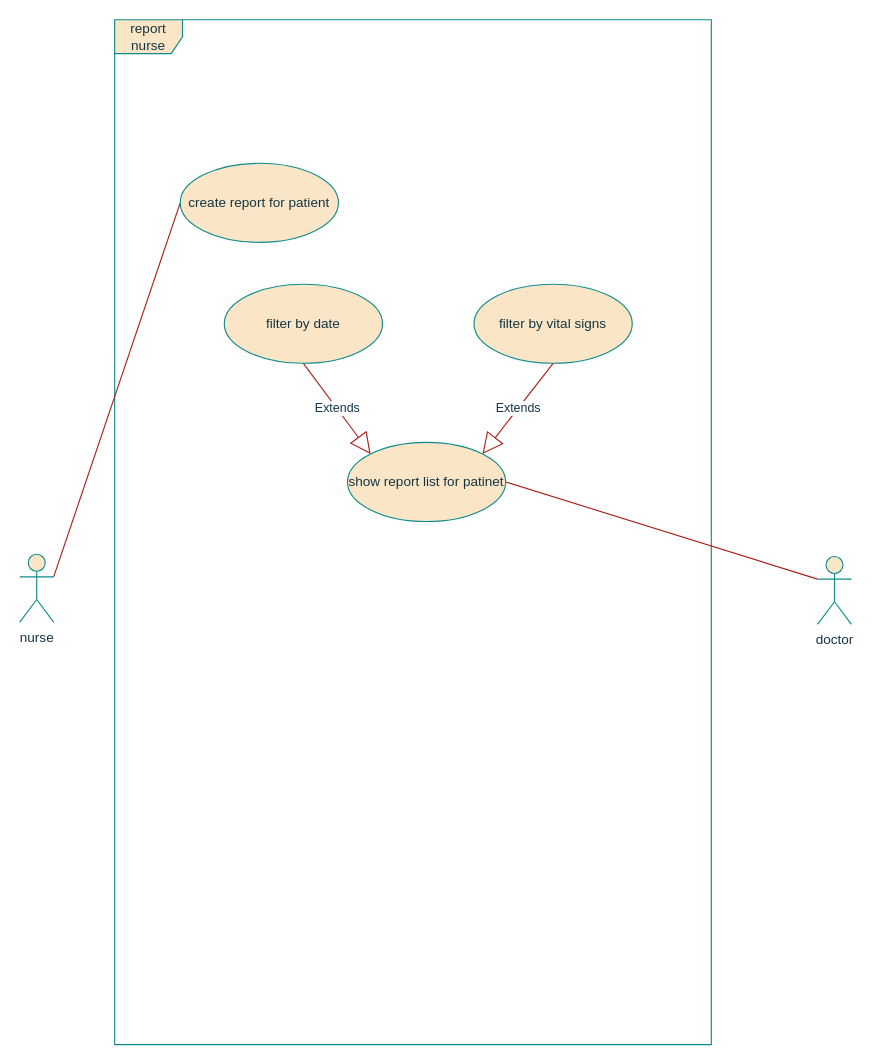
This is USECASE/report_nurse.drawio from SalehAskari/telemedicine, a draw.io file, before an edit. Source tidied: cells renumbered, new cells numbered last; positions are measured from the earlier drawing's top-left corner, leaving out a move shared by most shapes. Both pictures are drawn from the tidied source at 113%, with x=0, y=0 at pixel (19, 19).
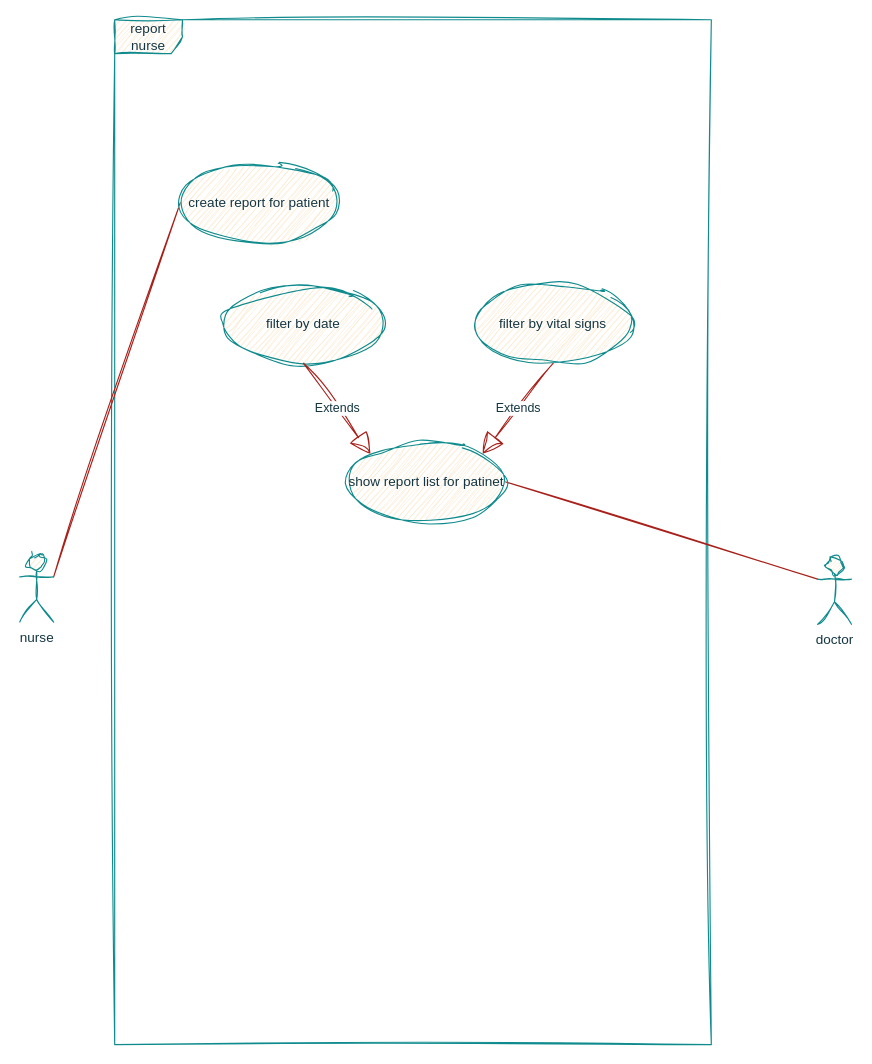
The same diagram, later.

Change to the diagram source:
```diff
@@
 <mxGraphModel>
   <root>
     <mxCell id="0" />
     <mxCell id="1" parent="0" />
-    <mxCell id="2" value="report nurse" style="shape=umlFrame;whiteSpace=wrap;html=1;strokeColor=#0F8B8D;fontColor=#143642;fillColor=#FAE5C7;" parent="1" vertex="1">
+    <mxCell id="2" value="report nurse" style="shape=umlFrame;whiteSpace=wrap;html=1;strokeColor=#0F8B8D;fontColor=#143642;fillColor=#FAE5C7;sketch=1;curveFitting=1;jiggle=2;" parent="1" vertex="1">
       <mxGeometry x="84" width="528" height="907" as="geometry" />
     </mxCell>
-    <mxCell id="3" style="rounded=0;jettySize=auto;html=1;exitX=1;exitY=0.3333333333333333;exitDx=0;exitDy=0;exitPerimeter=0;entryX=0;entryY=0.5;entryDx=0;entryDy=0;strokeColor=#A8201A;fontColor=#143642;fillColor=#FAE5C7;endArrow=none;startFill=0;" parent="1" edge="1" source="4" target="7">
+    <mxCell id="3" style="rounded=0;jettySize=auto;html=1;exitX=1;exitY=0.3333333333333333;exitDx=0;exitDy=0;exitPerimeter=0;entryX=0;entryY=0.5;entryDx=0;entryDy=0;strokeColor=#A8201A;fontColor=#143642;fillColor=#FAE5C7;endArrow=none;startFill=0;sketch=1;curveFitting=1;jiggle=2;" parent="1" edge="1" source="4" target="7">
       <mxGeometry relative="1" as="geometry" />
     </mxCell>
-    <mxCell id="4" value="nurse" style="shape=umlActor;verticalLabelPosition=bottom;verticalAlign=top;html=1;strokeColor=#0F8B8D;fontColor=#143642;fillColor=#FAE5C7;" parent="1" vertex="1">
+    <mxCell id="4" value="nurse" style="shape=umlActor;verticalLabelPosition=bottom;verticalAlign=top;html=1;strokeColor=#0F8B8D;fontColor=#143642;fillColor=#FAE5C7;sketch=1;curveFitting=1;jiggle=2;" parent="1" vertex="1">
       <mxGeometry y="473" width="30" height="60" as="geometry" />
     </mxCell>
-    <mxCell id="5" style="edgeStyle=none;shape=connector;rounded=0;jettySize=auto;html=1;exitX=0;exitY=0.3333333333333333;exitDx=0;exitDy=0;exitPerimeter=0;entryX=1;entryY=0.5;entryDx=0;entryDy=0;strokeColor=#A8201A;align=center;verticalAlign=middle;fontFamily=Helvetica;fontSize=11;fontColor=#143642;labelBackgroundColor=default;startFill=0;endArrow=none;fillColor=#FAE5C7;" parent="1" edge="1" source="6" target="8">
+    <mxCell id="5" style="edgeStyle=none;shape=connector;rounded=0;jettySize=auto;html=1;exitX=0;exitY=0.3333333333333333;exitDx=0;exitDy=0;exitPerimeter=0;entryX=1;entryY=0.5;entryDx=0;entryDy=0;strokeColor=#A8201A;align=center;verticalAlign=middle;fontFamily=Helvetica;fontSize=11;fontColor=#143642;labelBackgroundColor=default;startFill=0;endArrow=none;fillColor=#FAE5C7;sketch=1;curveFitting=1;jiggle=2;" parent="1" edge="1" source="6" target="8">
       <mxGeometry relative="1" as="geometry" />
     </mxCell>
-    <mxCell id="6" value="doctor" style="shape=umlActor;verticalLabelPosition=bottom;verticalAlign=top;html=1;strokeColor=#0F8B8D;fontColor=#143642;fillColor=#FAE5C7;" parent="1" vertex="1">
+    <mxCell id="6" value="doctor" style="shape=umlActor;verticalLabelPosition=bottom;verticalAlign=top;html=1;strokeColor=#0F8B8D;fontColor=#143642;fillColor=#FAE5C7;sketch=1;curveFitting=1;jiggle=2;" parent="1" vertex="1">
       <mxGeometry x="706" y="475" width="30" height="60" as="geometry" />
     </mxCell>
-    <mxCell id="7" value="create report for patient" style="ellipse;whiteSpace=wrap;html=1;strokeColor=#0F8B8D;fontColor=#143642;fillColor=#FAE5C7;" parent="1" vertex="1">
+    <mxCell id="7" value="create report for patient" style="ellipse;whiteSpace=wrap;html=1;strokeColor=#0F8B8D;fontColor=#143642;fillColor=#FAE5C7;sketch=1;curveFitting=1;jiggle=2;" parent="1" vertex="1">
       <mxGeometry x="142" y="127" width="140" height="70" as="geometry" />
     </mxCell>
-    <mxCell id="8" value="show report list for patinet" style="ellipse;whiteSpace=wrap;html=1;strokeColor=#0F8B8D;fontColor=#143642;fillColor=#FAE5C7;" parent="1" vertex="1">
+    <mxCell id="8" value="show report list for patinet" style="ellipse;whiteSpace=wrap;html=1;strokeColor=#0F8B8D;fontColor=#143642;fillColor=#FAE5C7;sketch=1;curveFitting=1;jiggle=2;" parent="1" vertex="1">
       <mxGeometry x="290" y="374" width="140" height="70" as="geometry" />
     </mxCell>
-    <mxCell id="9" value="filter by date" style="ellipse;whiteSpace=wrap;html=1;strokeColor=#0F8B8D;fontColor=#143642;fillColor=#FAE5C7;" parent="1" vertex="1">
+    <mxCell id="9" value="filter by date" style="ellipse;whiteSpace=wrap;html=1;strokeColor=#0F8B8D;fontColor=#143642;fillColor=#FAE5C7;sketch=1;curveFitting=1;jiggle=2;" parent="1" vertex="1">
       <mxGeometry x="181" y="234" width="140" height="70" as="geometry" />
     </mxCell>
-    <mxCell id="10" value="Extends" style="endArrow=block;endSize=16;endFill=0;html=1;rounded=0;strokeColor=#A8201A;fontColor=#143642;fillColor=#FAE5C7;exitX=0.5;exitY=1;exitDx=0;exitDy=0;entryX=0;entryY=0;entryDx=0;entryDy=0;" parent="1" edge="1" source="9" target="8">
+    <mxCell id="10" value="Extends" style="endArrow=block;endSize=16;endFill=0;html=1;rounded=0;strokeColor=#A8201A;fontColor=#143642;fillColor=#FAE5C7;exitX=0.5;exitY=1;exitDx=0;exitDy=0;entryX=0;entryY=0;entryDx=0;entryDy=0;sketch=1;curveFitting=1;jiggle=2;" parent="1" edge="1" source="9" target="8">
       <mxGeometry relative="1" as="geometry" />
     </mxCell>
-    <mxCell id="11" value="filter by vital signs" style="ellipse;whiteSpace=wrap;html=1;strokeColor=#0F8B8D;fontColor=#143642;fillColor=#FAE5C7;" parent="1" vertex="1">
+    <mxCell id="11" value="filter by vital signs" style="ellipse;whiteSpace=wrap;html=1;strokeColor=#0F8B8D;fontColor=#143642;fillColor=#FAE5C7;sketch=1;curveFitting=1;jiggle=2;" parent="1" vertex="1">
       <mxGeometry x="402" y="234" width="140" height="70" as="geometry" />
     </mxCell>
-    <mxCell id="12" value="Extends" style="endArrow=block;endSize=16;endFill=0;html=1;rounded=0;strokeColor=#A8201A;fontColor=#143642;fillColor=#FAE5C7;exitX=0.5;exitY=1;exitDx=0;exitDy=0;entryX=1;entryY=0;entryDx=0;entryDy=0;" parent="1" edge="1" source="11" target="8">
+    <mxCell id="12" value="Extends" style="endArrow=block;endSize=16;endFill=0;html=1;rounded=0;strokeColor=#A8201A;fontColor=#143642;fillColor=#FAE5C7;exitX=0.5;exitY=1;exitDx=0;exitDy=0;entryX=1;entryY=0;entryDx=0;entryDy=0;sketch=1;curveFitting=1;jiggle=2;" parent="1" edge="1" source="11" target="8">
       <mxGeometry relative="1" as="geometry" />
     </mxCell>
   </root>
 </mxGraphModel>
```
